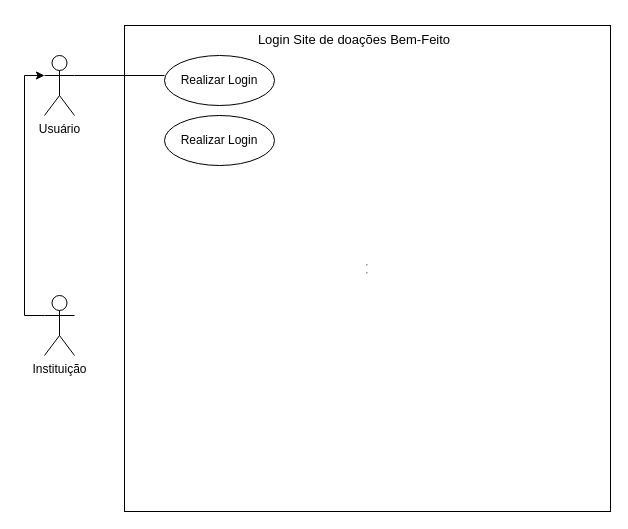
Jonathasin/Podre keeps this draw.io diagram as casoDeUsoBemFeito.drawio. Above is the earlier version. Source tidied: cells renumbered, new cells numbered last; positions are measured from the earlier drawing's top-left corner, leaving out a move shared by most shapes. Both pictures are drawn from the tidied source at 100%, with x=0, y=0 at pixel (44, 17).
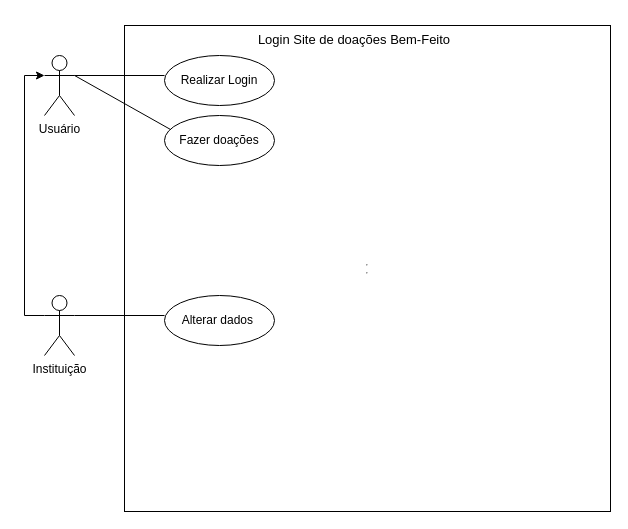
The same page after the edit.

Diff of the diagram source:
```diff
@@
 <mxGraphModel>
   <root>
     <mxCell id="0" />
     <mxCell id="1" parent="0" />
     <mxCell id="2" value="Usuário" style="shape=umlActor;verticalLabelPosition=bottom;verticalAlign=top;html=1;outlineConnect=0;" parent="1" vertex="1">
       <mxGeometry y="38" width="30" height="60" as="geometry" />
     </mxCell>
     <mxCell id="3" value="&lt;hr&gt;&lt;hr&gt;" style="whiteSpace=wrap;html=1;" parent="1" vertex="1">
       <mxGeometry x="80" y="8" width="486" height="486" as="geometry" />
     </mxCell>
     <mxCell id="4" value="Instituição" style="shape=umlActor;verticalLabelPosition=bottom;verticalAlign=top;html=1;outlineConnect=0;" parent="1" vertex="1">
       <mxGeometry y="278" width="30" height="60" as="geometry" />
     </mxCell>
     <mxCell id="5" value="Realizar Login" style="ellipse;whiteSpace=wrap;html=1;" parent="1" vertex="1">
       <mxGeometry x="120" y="38" width="110" height="50" as="geometry" />
     </mxCell>
     <mxCell id="6" value="&lt;font style=&quot;font-size: 13px;&quot;&gt;Login Site de doações Bem-Feito&lt;/font&gt;" style="text;html=1;strokeColor=none;fillColor=none;align=center;verticalAlign=middle;whiteSpace=wrap;overflow=hidden;" parent="1" vertex="1">
       <mxGeometry x="190" width="240" height="44" as="geometry" />
     </mxCell>
     <mxCell id="7" style="edgeStyle=orthogonalEdgeStyle;rounded=0;jettySize=auto;html=1;exitX=0;exitY=0.3333333333333333;exitDx=0;exitDy=0;exitPerimeter=0;entryX=0;entryY=0.3333333333333333;entryDx=0;entryDy=0;entryPerimeter=0;" parent="1" edge="1" source="4" target="2">
       <mxGeometry relative="1" as="geometry" />
     </mxCell>
     <mxCell id="8" style="edgeStyle=none;orthogonalLoop=1;jettySize=auto;html=1;rounded=0;endArrow=none;startFill=0;" parent="1" edge="1">
       <mxGeometry relative="1" as="geometry">
         <mxPoint x="30" y="58" as="sourcePoint" />
         <mxPoint x="120" y="58" as="targetPoint" />
         <Array as="points">
           <mxPoint x="80" y="58" />
         </Array>
       </mxGeometry>
     </mxCell>
-    <mxCell id="9" value="Realizar Login" style="ellipse;whiteSpace=wrap;html=1;" parent="1" vertex="1">
+    <mxCell id="9" value="Fazer doações" style="ellipse;whiteSpace=wrap;html=1;" parent="1" vertex="1">
       <mxGeometry x="120" y="98" width="110" height="50" as="geometry" />
     </mxCell>
+    <mxCell id="10" style="edgeStyle=none;jettySize=auto;html=1;rounded=0;endArrow=none;startFill=0;entryX=0.055;entryY=0.28;entryDx=0;entryDy=0;entryPerimeter=0;" parent="1" edge="1" target="9">
+      <mxGeometry relative="1" as="geometry">
+        <mxPoint x="29.9" y="57.9" as="sourcePoint" />
+      </mxGeometry>
+    </mxCell>
+    <mxCell id="11" value="Alterar dados&amp;nbsp;" style="ellipse;whiteSpace=wrap;html=1;" parent="1" vertex="1">
+      <mxGeometry x="120" y="278" width="110" height="50" as="geometry" />
+    </mxCell>
+    <mxCell id="12" style="edgeStyle=none;orthogonalLoop=1;jettySize=auto;html=1;rounded=0;endArrow=none;startFill=0;" parent="1" edge="1">
+      <mxGeometry relative="1" as="geometry">
+        <mxPoint x="30" y="298" as="sourcePoint" />
+        <mxPoint x="120" y="298" as="targetPoint" />
+        <Array as="points">
+          <mxPoint x="80" y="298" />
+        </Array>
+      </mxGeometry>
+    </mxCell>
   </root>
 </mxGraphModel>
```
